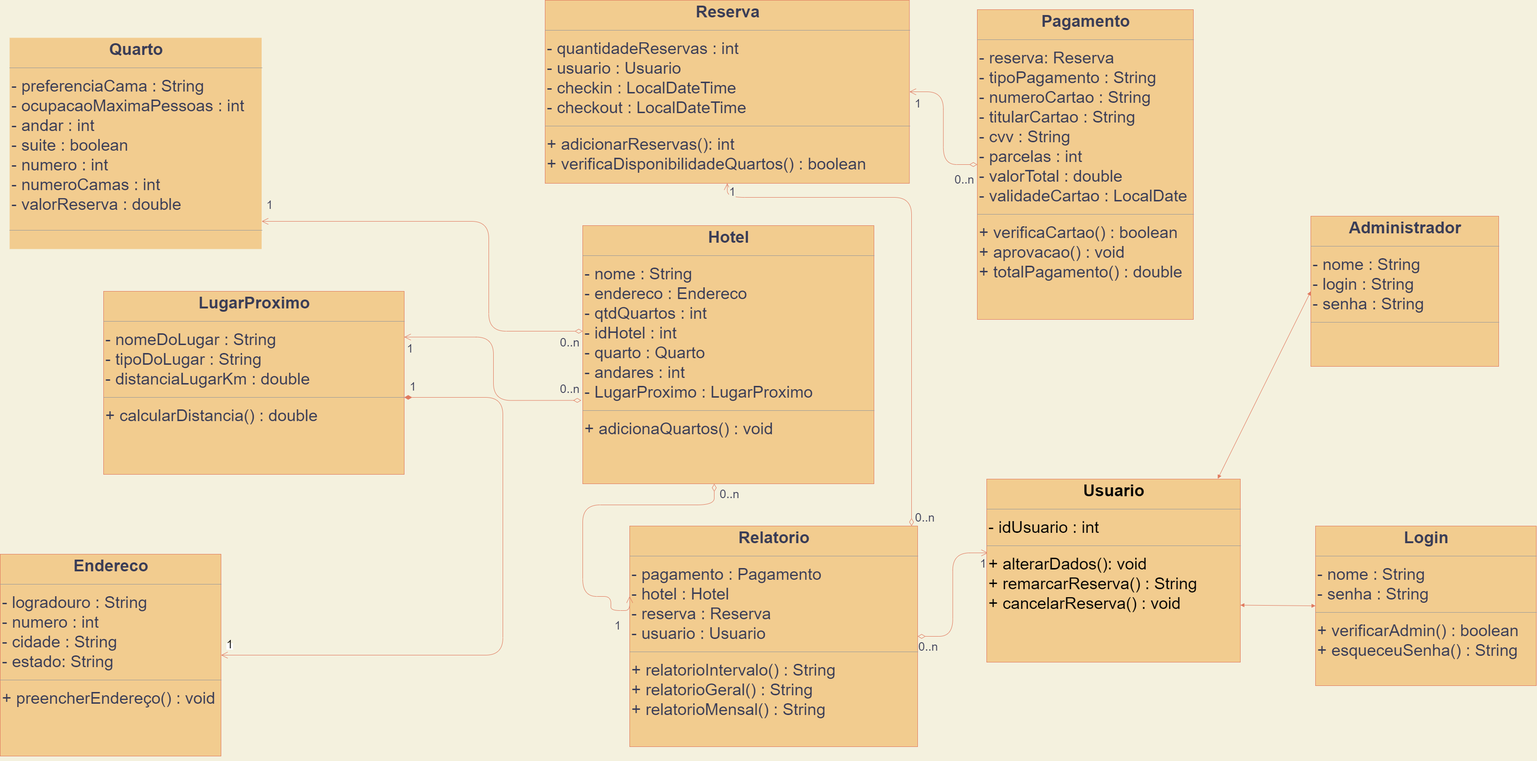
Above: Diagrama UML Graduandos em Totólogia.png in pedrocmr/Projeto_Host4U (draw.io), before the change. Source tidied: cells renumbered, new cells last; positions are measured from the earlier drawing's top-left corner, leaving out a move shared by most shapes.
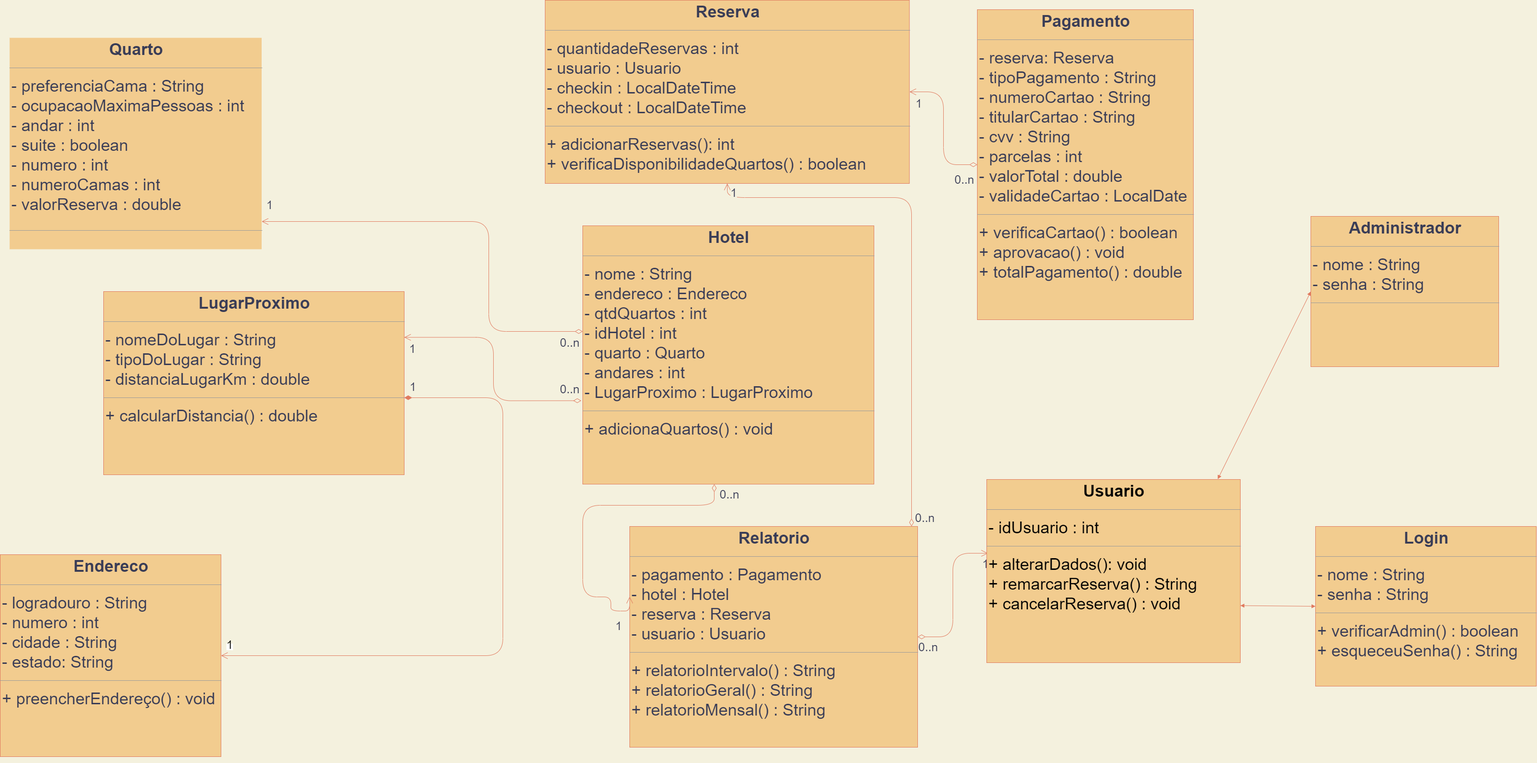
Later version of the same file.

Diff of the diagram source:
```diff
@@ -2,7 +2,7 @@
   <root>
     <mxCell id="0" />
     <mxCell id="1" parent="0" />
-    <mxCell id="2" value="&lt;p style=&quot;margin: 4px 0px 0px ; text-align: center ; font-size: 35px&quot;&gt;&lt;b&gt;&lt;font style=&quot;font-size: 35px&quot;&gt;Administrador&lt;/font&gt;&lt;/b&gt;&lt;/p&gt;&lt;hr size=&quot;1&quot; style=&quot;font-size: 35px&quot;&gt;&lt;p style=&quot;margin: 0px 0px 0px 4px ; font-size: 35px&quot;&gt;&lt;span&gt;- nome : String&lt;/span&gt;&lt;br&gt;&lt;/p&gt;&lt;p style=&quot;margin: 0px 0px 0px 4px ; font-size: 35px&quot;&gt;&lt;font style=&quot;font-size: 35px&quot;&gt;- login : String&lt;/font&gt;&lt;/p&gt;&lt;p style=&quot;margin: 0px 0px 0px 4px ; font-size: 35px&quot;&gt;&lt;font style=&quot;font-size: 35px&quot;&gt;- senha : String&lt;/font&gt;&lt;/p&gt;&lt;hr size=&quot;1&quot; style=&quot;font-size: 35px&quot;&gt;&lt;p style=&quot;margin: 0px 0px 0px 4px ; font-size: 35px&quot;&gt;&lt;br&gt;&lt;/p&gt;" style="verticalAlign=top;align=left;overflow=fill;fontSize=12;fontFamily=Helvetica;html=1;arcSize=74;fillColor=#F2CC8F;strokeColor=#E07A5F;fontColor=#393C56;" parent="1" vertex="1">
+    <mxCell id="2" value="&lt;p style=&quot;margin: 4px 0px 0px ; text-align: center ; font-size: 35px&quot;&gt;&lt;b&gt;&lt;font style=&quot;font-size: 35px&quot;&gt;Administrador&lt;/font&gt;&lt;/b&gt;&lt;/p&gt;&lt;hr size=&quot;1&quot; style=&quot;font-size: 35px&quot;&gt;&lt;p style=&quot;margin: 0px 0px 0px 4px ; font-size: 35px&quot;&gt;&lt;span&gt;- nome : String&lt;/span&gt;&lt;br&gt;&lt;/p&gt;&lt;p style=&quot;margin: 0px 0px 0px 4px ; font-size: 35px&quot;&gt;&lt;span&gt;- senha : String&lt;/span&gt;&lt;br&gt;&lt;/p&gt;&lt;hr size=&quot;1&quot; style=&quot;font-size: 35px&quot;&gt;&lt;p style=&quot;margin: 0px 0px 0px 4px ; font-size: 35px&quot;&gt;&lt;br&gt;&lt;/p&gt;" style="verticalAlign=top;align=left;overflow=fill;fontSize=12;fontFamily=Helvetica;html=1;arcSize=74;fillColor=#F2CC8F;strokeColor=#E07A5F;fontColor=#393C56;" parent="1" vertex="1">
       <mxGeometry x="2790" y="460" width="400" height="320" as="geometry" />
     </mxCell>
     <mxCell id="3" value="&lt;p style=&quot;margin: 4px 0px 0px ; text-align: center ; font-size: 35px&quot;&gt;&lt;b&gt;&lt;font style=&quot;font-size: 35px&quot;&gt;Quarto&lt;/font&gt;&lt;/b&gt;&lt;/p&gt;&lt;hr size=&quot;1&quot; style=&quot;font-size: 35px&quot;&gt;&lt;p style=&quot;margin: 0px 0px 0px 4px ; font-size: 35px&quot;&gt;&lt;font style=&quot;font-size: 35px&quot;&gt;- preferenciaCama : String&lt;/font&gt;&lt;/p&gt;&lt;p style=&quot;margin: 0px 0px 0px 4px ; font-size: 35px&quot;&gt;&lt;font style=&quot;font-size: 35px&quot;&gt;- ocupacaoMaximaPessoas : int&lt;/font&gt;&lt;/p&gt;&lt;p style=&quot;margin: 0px 0px 0px 4px ; font-size: 35px&quot;&gt;&lt;font style=&quot;font-size: 35px&quot;&gt;&lt;span&gt;- andar : int&lt;/span&gt;&lt;br&gt;&lt;/font&gt;&lt;/p&gt;&lt;p style=&quot;margin: 0px 0px 0px 4px ; font-size: 35px&quot;&gt;&lt;font style=&quot;font-size: 35px&quot;&gt;- suite : boolean&lt;/font&gt;&lt;/p&gt;&lt;p style=&quot;margin: 0px 0px 0px 4px ; font-size: 35px&quot;&gt;&lt;font style=&quot;font-size: 35px&quot;&gt;- numero : int&lt;/font&gt;&lt;/p&gt;&lt;p style=&quot;margin: 0px 0px 0px 4px ; font-size: 35px&quot;&gt;&lt;font style=&quot;font-size: 35px&quot;&gt;- numeroCamas : int&lt;/font&gt;&lt;/p&gt;&lt;p style=&quot;margin: 0px 0px 0px 4px ; font-size: 35px&quot;&gt;&lt;font style=&quot;font-size: 35px&quot;&gt;- valorReserva : double&lt;br&gt;&lt;/font&gt;&lt;/p&gt;&lt;p style=&quot;margin: 0px 0px 0px 4px ; font-size: 20px&quot;&gt;&lt;font style=&quot;font-size: 20px&quot;&gt;&lt;br&gt;&lt;/font&gt;&lt;/p&gt;&lt;hr size=&quot;1&quot; style=&quot;font-size: 20px&quot;&gt;&lt;p style=&quot;margin: 0px 0px 0px 4px ; font-size: 20px&quot;&gt;&lt;br&gt;&lt;/p&gt;" style="verticalAlign=top;align=left;overflow=fill;fontSize=12;fontFamily=Helvetica;html=1;arcSize=74;fillColor=#F2CC8F;fontColor=#393C56;imageWidth=32;imageHeight=62;imageAspect=1;perimeterSpacing=0;strokeColor=none;" parent="1" vertex="1">
```
